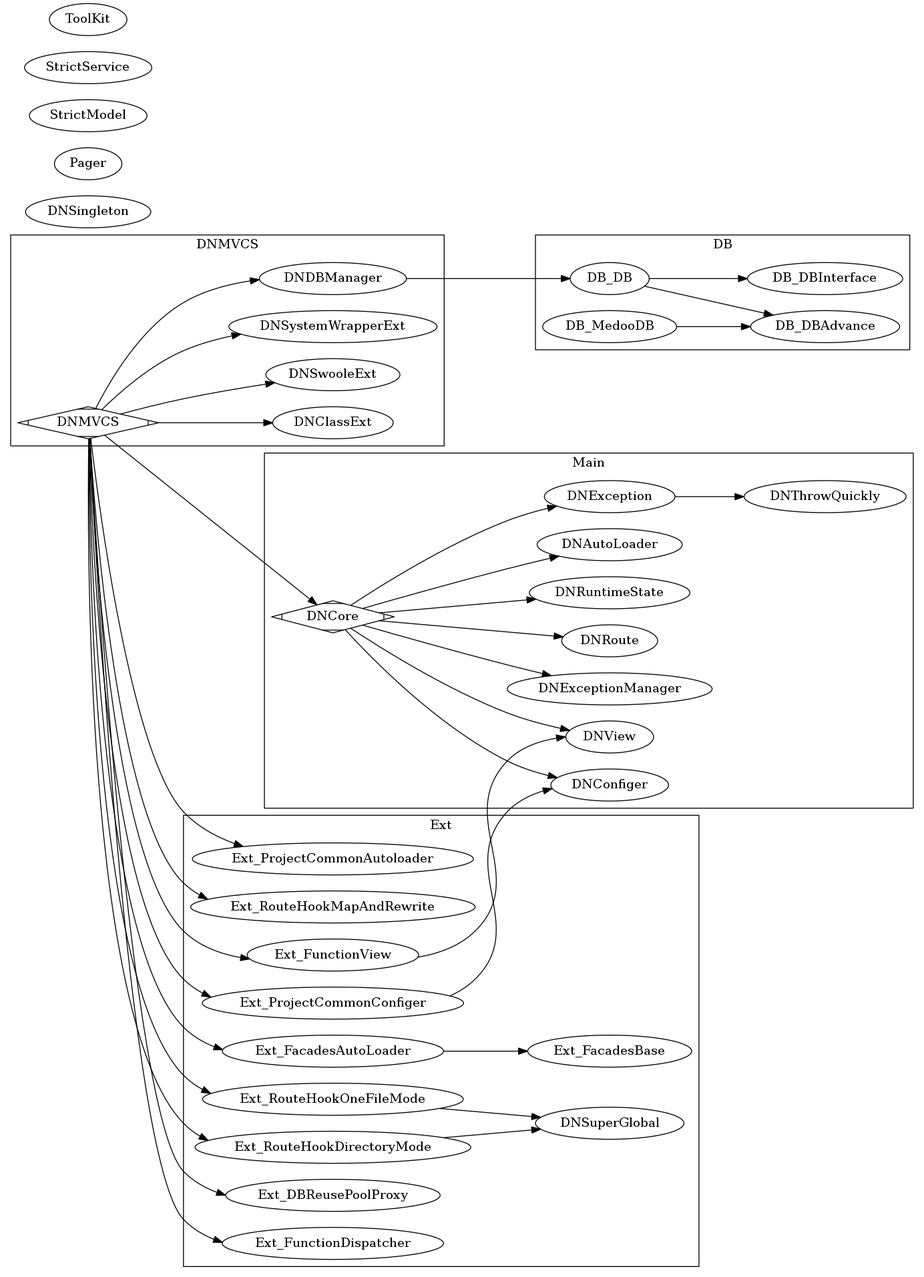
Earlier version of the Graphviz export dnmvcs.gv.png (dvaknheo/duckphp). Its source is kept beside it as dnmvcs.gv.
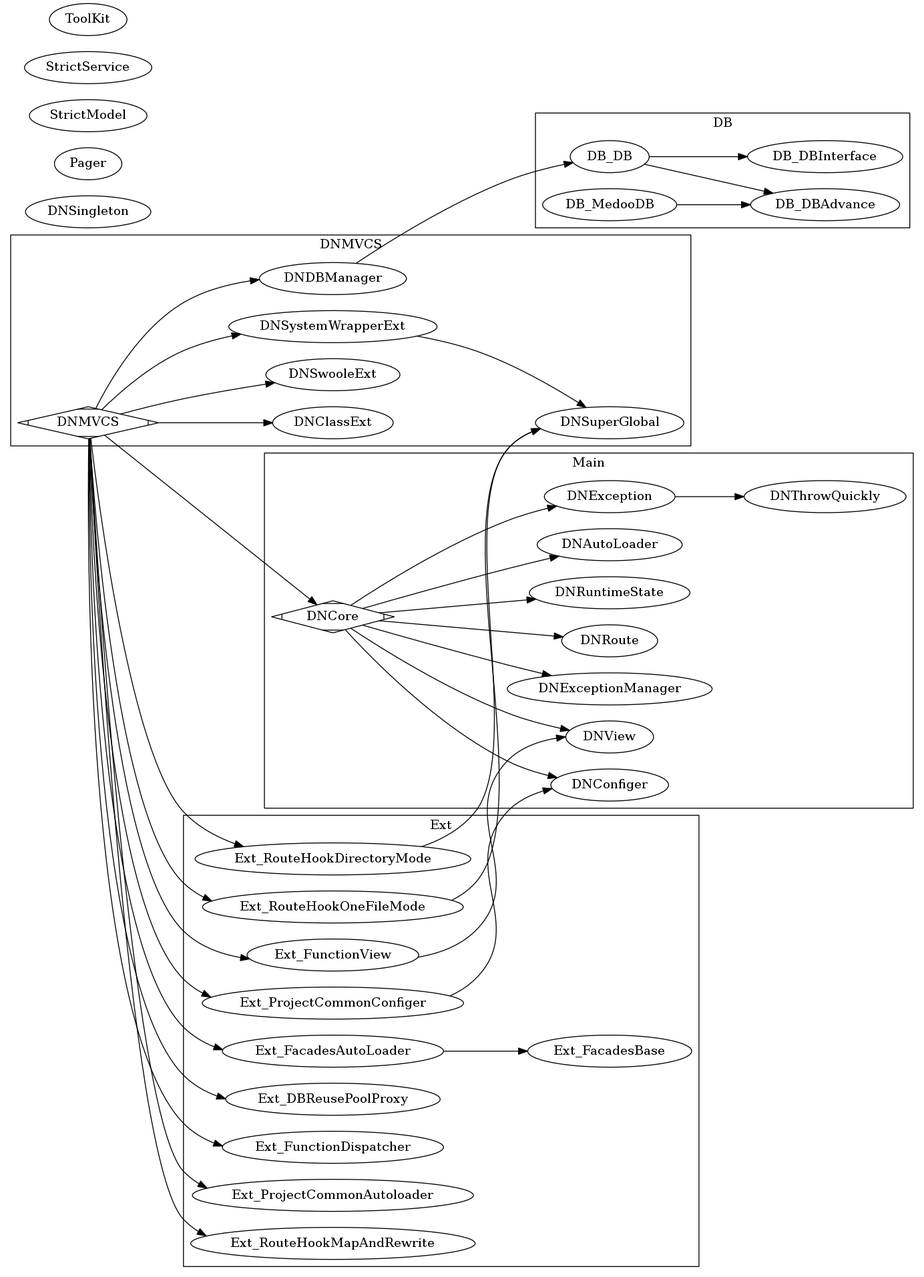
Above is the later version.

Commit message:
保存架构图

What changed in the source:
```diff
@@ -32,7 +32,7 @@
 
 DNMVCS -> DNClassExt;
 DNMVCS -> DNSwooleExt;
-DNMVCS -> DNSystemWrapperExt;
+DNMVCS -> DNSystemWrapperExt -> DNSuperGlobal;
 DNMVCS -> DNDBManager -> DB_DB;
 
 DNMVCS [shape=Mdiamond];
@@ -41,18 +41,21 @@
 subgraph cluster_Ext {
 label = "Ext";
 
-DNMVCS-> Ext_RouteHookMapAndRewrite;
+
 DNMVCS-> Ext_ProjectCommonConfiger -> DNConfiger;
 DNMVCS-> Ext_FunctionView  -> DNView;
+DNMVCS-> Ext_RouteHookDirectoryMode -> DNSuperGlobal;
+DNMVCS-> Ext_RouteHookOneFileMode -> DNSuperGlobal;
 
 
-DNMVCS-> Ext_FacadesAutoLoader -> Ext_FacadesBase ;
-DNMVCS-> Ext_RouteHookOneFileMode -> DNSuperGlobal;
-DNMVCS-> Ext_RouteHookDirectoryMode -> DNSuperGlobal;
 
 DNMVCS-> Ext_DBReusePoolProxy;
 DNMVCS-> Ext_FunctionDispatcher;
 DNMVCS-> Ext_ProjectCommonAutoloader;
+
+DNMVCS-> Ext_RouteHookMapAndRewrite;
+DNMVCS-> Ext_FacadesAutoLoader -> Ext_FacadesBase ;
+
 
 }
 
```
